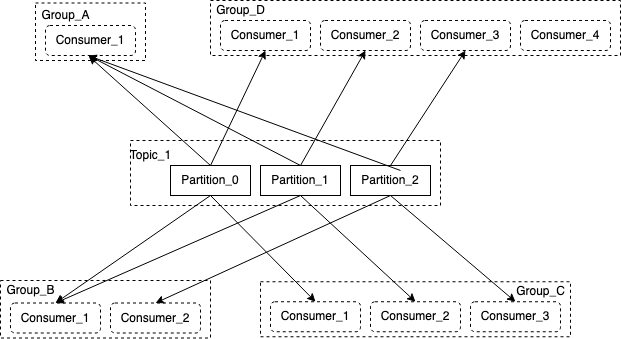
wu0hgl/note_pic keeps this draw.io diagram as kafka消费策略.png. Above is the earlier version. Source tidied: cells renumbered, new cells last; positions are measured from the earlier drawing's top-left corner, leaving out a move shared by most shapes.
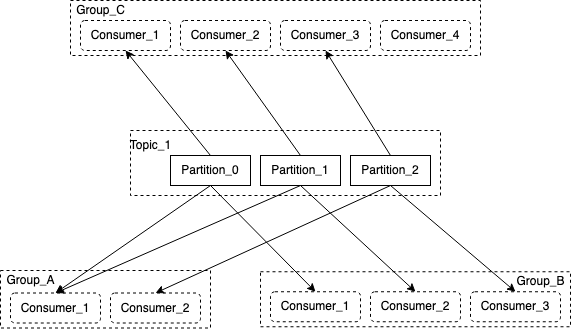
After the commit.

Commit message:
更新kafka消费策略.png

What changed in the source:
```diff
@@ -3,7 +3,7 @@
     <mxCell id="0" />
     <mxCell id="1" parent="0" />
     <mxCell id="2" style="rounded=0;whiteSpace=wrap;html=1;dashed=1;" parent="1" vertex="1">
-      <mxGeometry x="210" width="410" height="55" as="geometry" />
+      <mxGeometry x="70" y="10" width="410" height="55" as="geometry" />
     </mxCell>
     <mxCell id="3" style="rounded=0;whiteSpace=wrap;html=1;dashed=1;" parent="1" vertex="1">
       <mxGeometry x="260" y="281.2" width="310" height="55" as="geometry" />
@@ -23,18 +23,9 @@
     <mxCell id="8" value="Topic_1" style="text;html=1;align=center;verticalAlign=middle;fillColor=none;strokeColor=none;rounded=0;" parent="1" vertex="1">
       <mxGeometry x="120" y="145" width="60" height="20" as="geometry" />
     </mxCell>
-    <mxCell id="9" style="rounded=0;whiteSpace=wrap;html=1;dashed=1;" parent="1" vertex="1">
-      <mxGeometry x="35" y="2.5" width="110" height="57.5" as="geometry" />
-    </mxCell>
-    <mxCell id="10" value="Consumer_1" style="rounded=1;whiteSpace=wrap;html=1;dashed=1;strokeColor=#000000;" parent="1" vertex="1">
-      <mxGeometry x="45" y="25" width="90" height="30" as="geometry" />
-    </mxCell>
     <mxCell id="11" value="Consumer_3" style="rounded=1;whiteSpace=wrap;html=1;dashed=1;strokeColor=#000000;" parent="1" vertex="1">
       <mxGeometry x="470" y="301.2" width="90" height="30" as="geometry" />
     </mxCell>
-    <mxCell id="12" value="Group_A" style="text;html=1;align=center;verticalAlign=middle;fillColor=none;strokeColor=none;rounded=0;" parent="1" vertex="1">
-      <mxGeometry x="35" y="5" width="60" height="20" as="geometry" />
-    </mxCell>
     <mxCell id="13" style="rounded=0;whiteSpace=wrap;html=1;dashed=1;" parent="1" vertex="1">
       <mxGeometry y="280" width="210" height="57.5" as="geometry" />
     </mxCell>
@@ -44,7 +35,7 @@
     <mxCell id="15" value="Consumer_2" style="rounded=1;whiteSpace=wrap;html=1;dashed=1;strokeColor=#000000;" parent="1" vertex="1">
       <mxGeometry x="110" y="302.5" width="90" height="30" as="geometry" />
     </mxCell>
-    <mxCell id="16" value="&lt;div&gt;Group_B&lt;/div&gt;" style="text;html=1;align=center;verticalAlign=middle;fillColor=none;strokeColor=none;rounded=0;" parent="1" vertex="1">
+    <mxCell id="16" value="&lt;div&gt;Group_A&lt;/div&gt;" style="text;html=1;align=center;verticalAlign=middle;fillColor=none;strokeColor=none;rounded=0;" parent="1" vertex="1">
       <mxGeometry y="280" width="60" height="20" as="geometry" />
     </mxCell>
     <mxCell id="17" value="Consumer_1" style="rounded=1;whiteSpace=wrap;html=1;dashed=1;strokeColor=#000000;" parent="1" vertex="1">
@@ -53,23 +44,23 @@
     <mxCell id="18" value="Consumer_2" style="rounded=1;whiteSpace=wrap;html=1;dashed=1;strokeColor=#000000;" parent="1" vertex="1">
       <mxGeometry x="370" y="301.2" width="90" height="30" as="geometry" />
     </mxCell>
-    <mxCell id="19" value="&lt;div&gt;Group_C&lt;/div&gt;" style="text;html=1;align=center;verticalAlign=middle;fillColor=none;strokeColor=none;rounded=0;" parent="1" vertex="1">
+    <mxCell id="19" value="&lt;div&gt;Group_B&lt;/div&gt;" style="text;html=1;align=center;verticalAlign=middle;fillColor=none;strokeColor=none;rounded=0;" parent="1" vertex="1">
       <mxGeometry x="510" y="281.2" width="60" height="20" as="geometry" />
     </mxCell>
     <mxCell id="20" value="Consumer_4" style="rounded=1;whiteSpace=wrap;html=1;dashed=1;strokeColor=#000000;" parent="1" vertex="1">
-      <mxGeometry x="520" y="20" width="90" height="30" as="geometry" />
+      <mxGeometry x="380" y="30" width="90" height="30" as="geometry" />
     </mxCell>
     <mxCell id="21" value="Consumer_3" style="rounded=1;whiteSpace=wrap;html=1;dashed=1;strokeColor=#000000;" parent="1" vertex="1">
-      <mxGeometry x="420" y="20" width="90" height="30" as="geometry" />
+      <mxGeometry x="280" y="30" width="90" height="30" as="geometry" />
     </mxCell>
     <mxCell id="22" value="Consumer_1" style="rounded=1;whiteSpace=wrap;html=1;dashed=1;strokeColor=#000000;" parent="1" vertex="1">
-      <mxGeometry x="220" y="20" width="90" height="30" as="geometry" />
+      <mxGeometry x="80" y="30" width="90" height="30" as="geometry" />
     </mxCell>
     <mxCell id="23" value="Consumer_2" style="rounded=1;whiteSpace=wrap;html=1;dashed=1;strokeColor=#000000;" parent="1" vertex="1">
-      <mxGeometry x="320" y="20" width="90" height="30" as="geometry" />
+      <mxGeometry x="180" y="30" width="90" height="30" as="geometry" />
     </mxCell>
-    <mxCell id="24" value="&lt;div&gt;Group_D&lt;/div&gt;" style="text;html=1;align=center;verticalAlign=middle;fillColor=none;strokeColor=none;rounded=0;" parent="1" vertex="1">
-      <mxGeometry x="210" width="60" height="20" as="geometry" />
+    <mxCell id="24" value="&lt;div&gt;Group_C&lt;/div&gt;" style="text;html=1;align=center;verticalAlign=middle;fillColor=none;strokeColor=none;rounded=0;" parent="1" vertex="1">
+      <mxGeometry x="70" y="10" width="60" height="20" as="geometry" />
     </mxCell>
     <mxCell id="25" style="endArrow=classic;html=1;exitX=0.5;exitY=0;exitDx=0;exitDy=0;entryX=0.5;entryY=1;entryDx=0;entryDy=0;" parent="1" edge="1" source="5" target="22">
       <mxGeometry relative="1" as="geometry" />
@@ -80,17 +71,6 @@
     <mxCell id="27" style="endArrow=classic;html=1;exitX=0.5;exitY=0;exitDx=0;exitDy=0;entryX=0.5;entryY=1;entryDx=0;entryDy=0;" parent="1" edge="1" source="7" target="21">
       <mxGeometry relative="1" as="geometry" />
     </mxCell>
-    <mxCell id="28" style="endArrow=classic;html=1;entryX=0.476;entryY=1.005;entryDx=0;entryDy=0;entryPerimeter=0;" parent="1" edge="1" target="10">
-      <mxGeometry relative="1" as="geometry">
-        <mxPoint x="400" y="170" as="sourcePoint" />
-      </mxGeometry>
-    </mxCell>
-    <mxCell id="29" style="endArrow=classic;html=1;exitX=0.5;exitY=0;exitDx=0;exitDy=0;entryX=0.476;entryY=0.997;entryDx=0;entryDy=0;entryPerimeter=0;" parent="1" edge="1" source="6" target="10">
-      <mxGeometry relative="1" as="geometry" />
-    </mxCell>
-    <mxCell id="30" style="endArrow=classic;html=1;exitX=0.5;exitY=0;exitDx=0;exitDy=0;entryX=0.481;entryY=1.021;entryDx=0;entryDy=0;entryPerimeter=0;" parent="1" edge="1" source="5" target="10">
-      <mxGeometry relative="1" as="geometry" />
-    </mxCell>
     <mxCell id="31" style="endArrow=classic;html=1;exitX=0.5;exitY=1;exitDx=0;exitDy=0;entryX=0.5;entryY=0;entryDx=0;entryDy=0;" parent="1" edge="1" source="5" target="17">
       <mxGeometry relative="1" as="geometry" />
     </mxCell>
```
